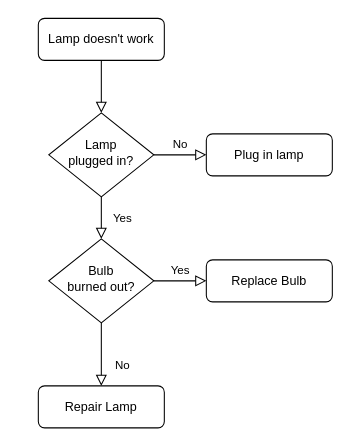
Before: Untitled Diagram.drawio in sdimka/git-test, a draw.io diagram. Source tidied: cells renumbered, new cells numbered last; positions are measured from the earlier drawing's top-left corner, leaving out a move shared by most shapes. Both pictures are drawn from the tidied source at 105%, with x=0, y=0 at pixel (38, 18).
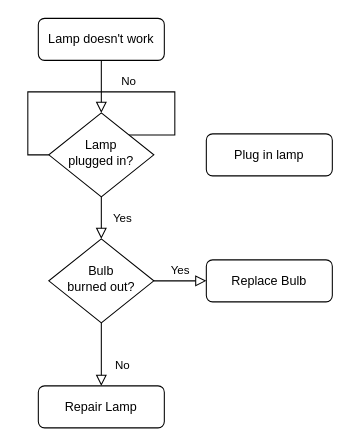
Above is the later version.

Diff of the diagram source:
```diff
@@
 <mxGraphModel>
   <root>
     <mxCell id="0" />
     <mxCell id="1" parent="0" />
     <mxCell id="2" style="rounded=0;html=1;jettySize=auto;fontSize=11;endArrow=block;endFill=0;endSize=8;strokeWidth=1;shadow=0;labelBackgroundColor=none;edgeStyle=orthogonalEdgeStyle;" parent="1" edge="1" source="3" target="6">
       <mxGeometry relative="1" as="geometry" />
     </mxCell>
     <mxCell id="3" value="Lamp doesn't work" style="rounded=1;whiteSpace=wrap;html=1;fontSize=12;glass=0;strokeWidth=1;shadow=0;" parent="1" vertex="1">
       <mxGeometry width="120" height="40" as="geometry" />
     </mxCell>
     <mxCell id="4" value="Yes" style="rounded=0;html=1;jettySize=auto;fontSize=11;endArrow=block;endFill=0;endSize=8;strokeWidth=1;shadow=0;labelBackgroundColor=none;edgeStyle=orthogonalEdgeStyle;" parent="1" edge="1" source="6" target="10">
       <mxGeometry y="20" relative="1" as="geometry" />
     </mxCell>
-    <mxCell id="5" value="No" style="edgeStyle=orthogonalEdgeStyle;rounded=0;html=1;jettySize=auto;fontSize=11;endArrow=block;endFill=0;endSize=8;strokeWidth=1;shadow=0;labelBackgroundColor=none;" parent="1" edge="1" source="6" target="7">
-      <mxGeometry y="10" relative="1" as="geometry" />
+    <mxCell id="5" value="No" style="edgeStyle=orthogonalEdgeStyle;rounded=0;html=1;jettySize=auto;fontSize=11;endArrow=block;endFill=0;endSize=8;strokeWidth=1;shadow=0;labelBackgroundColor=none;exitX=0;exitY=0.5;exitDx=0;exitDy=0;" parent="1" edge="1" source="6">
+      <mxGeometry y="10" relative="1" as="geometry">
+        <mxPoint x="60" y="90" as="targetPoint" />
+      </mxGeometry>
     </mxCell>
     <mxCell id="6" value="Lamp&lt;br&gt;plugged in?" style="rhombus;whiteSpace=wrap;html=1;shadow=0;fontFamily=Helvetica;fontSize=12;align=center;strokeWidth=1;spacing=6;spacingTop=-4;" parent="1" vertex="1">
       <mxGeometry x="10" y="90" width="100" height="80" as="geometry" />
     </mxCell>
     <mxCell id="7" value="Plug in lamp" style="rounded=1;whiteSpace=wrap;html=1;fontSize=12;glass=0;strokeWidth=1;shadow=0;" parent="1" vertex="1">
       <mxGeometry x="160" y="110" width="120" height="40" as="geometry" />
     </mxCell>
     <mxCell id="8" value="No" style="rounded=0;html=1;jettySize=auto;fontSize=11;endArrow=block;endFill=0;endSize=8;strokeWidth=1;shadow=0;labelBackgroundColor=none;edgeStyle=orthogonalEdgeStyle;" parent="1" edge="1" source="10" target="11">
       <mxGeometry x="0.33" y="20" relative="1" as="geometry" />
     </mxCell>
     <mxCell id="9" value="Yes" style="edgeStyle=orthogonalEdgeStyle;rounded=0;html=1;jettySize=auto;fontSize=11;endArrow=block;endFill=0;endSize=8;strokeWidth=1;shadow=0;labelBackgroundColor=none;" parent="1" edge="1" source="10" target="12">
       <mxGeometry y="10" relative="1" as="geometry" />
     </mxCell>
     <mxCell id="10" value="Bulb&lt;br&gt;burned out?" style="rhombus;whiteSpace=wrap;html=1;shadow=0;fontFamily=Helvetica;fontSize=12;align=center;strokeWidth=1;spacing=6;spacingTop=-4;" parent="1" vertex="1">
       <mxGeometry x="10" y="210" width="100" height="80" as="geometry" />
     </mxCell>
     <mxCell id="11" value="Repair Lamp" style="rounded=1;whiteSpace=wrap;html=1;fontSize=12;glass=0;strokeWidth=1;shadow=0;" parent="1" vertex="1">
       <mxGeometry y="350" width="120" height="40" as="geometry" />
     </mxCell>
     <mxCell id="12" value="Replace Bulb" style="rounded=1;whiteSpace=wrap;html=1;fontSize=12;glass=0;strokeWidth=1;shadow=0;" parent="1" vertex="1">
       <mxGeometry x="160" y="230" width="120" height="40" as="geometry" />
     </mxCell>
   </root>
 </mxGraphModel>
```
